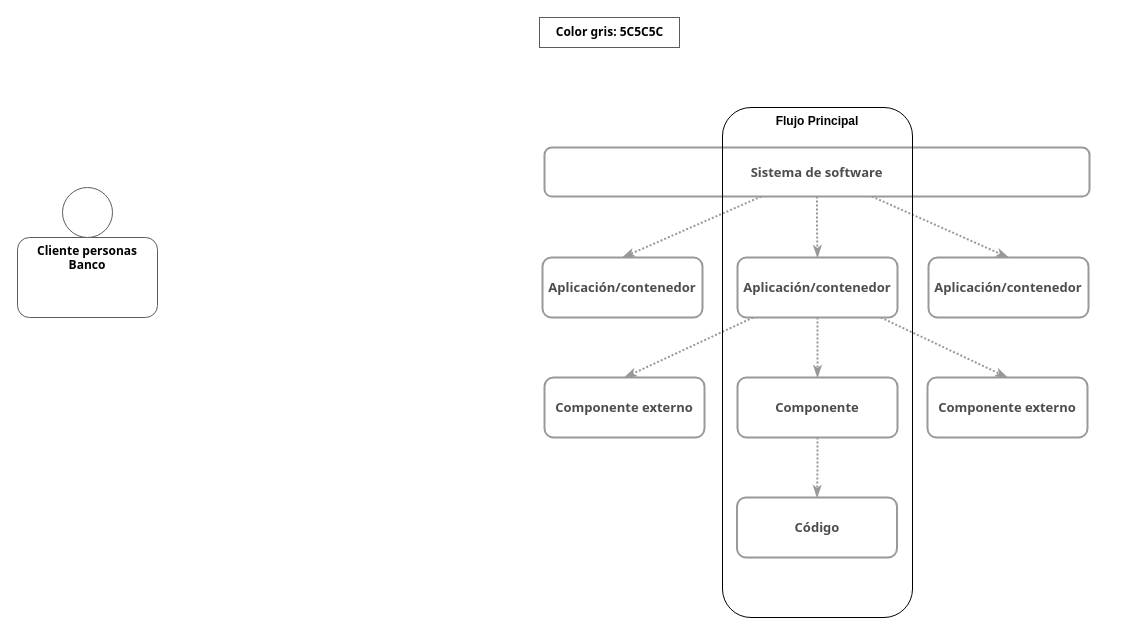
This is Arquitectura de soluciones.drawio from santiagovb/Diagramas, a draw.io file, before an edit. Source tidied: cells renumbered, new cells numbered last; positions are measured from the earlier drawing's top-left corner, leaving out a move shared by most shapes. Both pictures are drawn from the tidied source at 100%, with x=0, y=0 at pixel (17, 17).
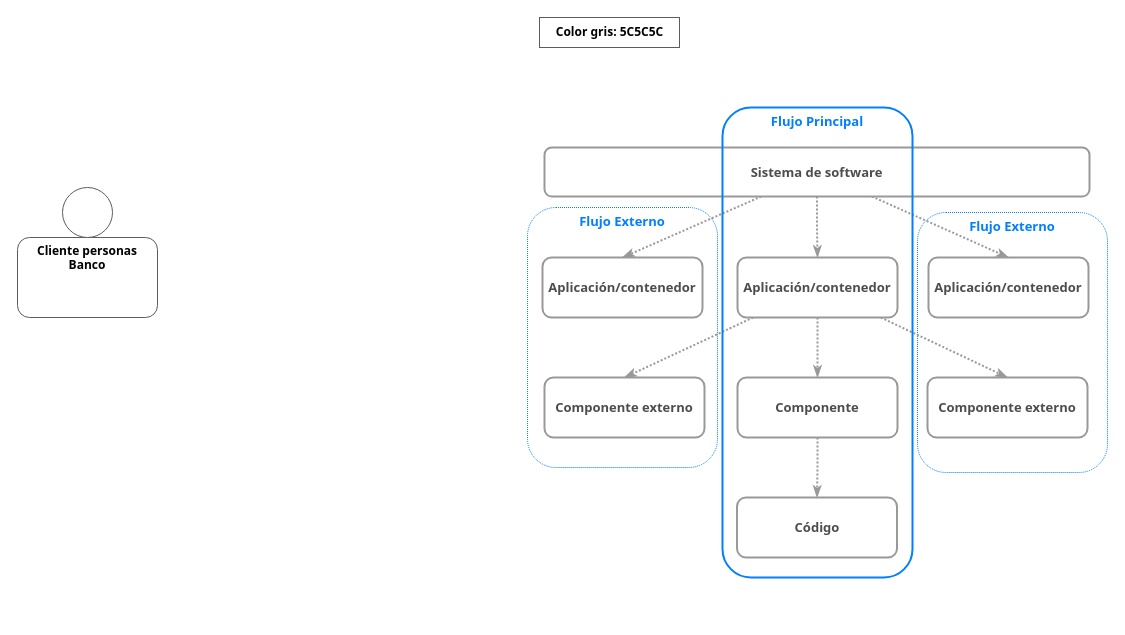
The same page after the edit.

What changed in the source:
```diff
@@
+    <mxCell id="21" value="&lt;span style=&quot;font-size: 13px;&quot;&gt;&lt;font color=&quot;#007fff&quot;&gt;Flujo Externo&lt;/font&gt;&lt;/span&gt;" style="rounded=1;whiteSpace=wrap;html=1;fillColor=none;verticalAlign=top;fontSize=13;fontStyle=1;fontFamily=Tahoma;strokeColor=#007FFF;fontColor=#4D4D4D;strokeWidth=1;dashed=1;dashPattern=1 1;" parent="1" vertex="1">
+      <mxGeometry x="900" y="195" width="190" height="260" as="geometry" />
+    </mxCell>
@@
-    <mxCell id="20" value="&lt;b&gt;Flujo Principal&lt;/b&gt;" style="rounded=1;whiteSpace=wrap;html=1;fillColor=none;verticalAlign=top;" parent="1" vertex="1">
-      <mxGeometry x="705" y="90" width="190" height="510" as="geometry" />
+    <mxCell id="20" value="&lt;span style=&quot;font-size: 13px;&quot;&gt;&lt;font color=&quot;#007fff&quot;&gt;Flujo Principal&lt;/font&gt;&lt;/span&gt;" style="rounded=1;whiteSpace=wrap;html=1;fillColor=none;verticalAlign=top;fontSize=13;fontStyle=1;fontFamily=Tahoma;strokeColor=#007FFF;fontColor=#4D4D4D;strokeWidth=2;" parent="1" vertex="1">
+      <mxGeometry x="705" y="90" width="190" height="470" as="geometry" />
     </mxCell>
+    <mxCell id="22" value="&lt;span style=&quot;font-size: 13px;&quot;&gt;&lt;font color=&quot;#007fff&quot;&gt;Flujo Externo&lt;/font&gt;&lt;/span&gt;" style="rounded=1;whiteSpace=wrap;html=1;fillColor=none;verticalAlign=top;fontSize=13;fontStyle=1;fontFamily=Tahoma;strokeColor=#007FFF;fontColor=#4D4D4D;strokeWidth=1;dashed=1;dashPattern=1 1;" parent="1" vertex="1">
+      <mxGeometry x="510" y="190" width="190" height="260" as="geometry" />
+    </mxCell>
```
